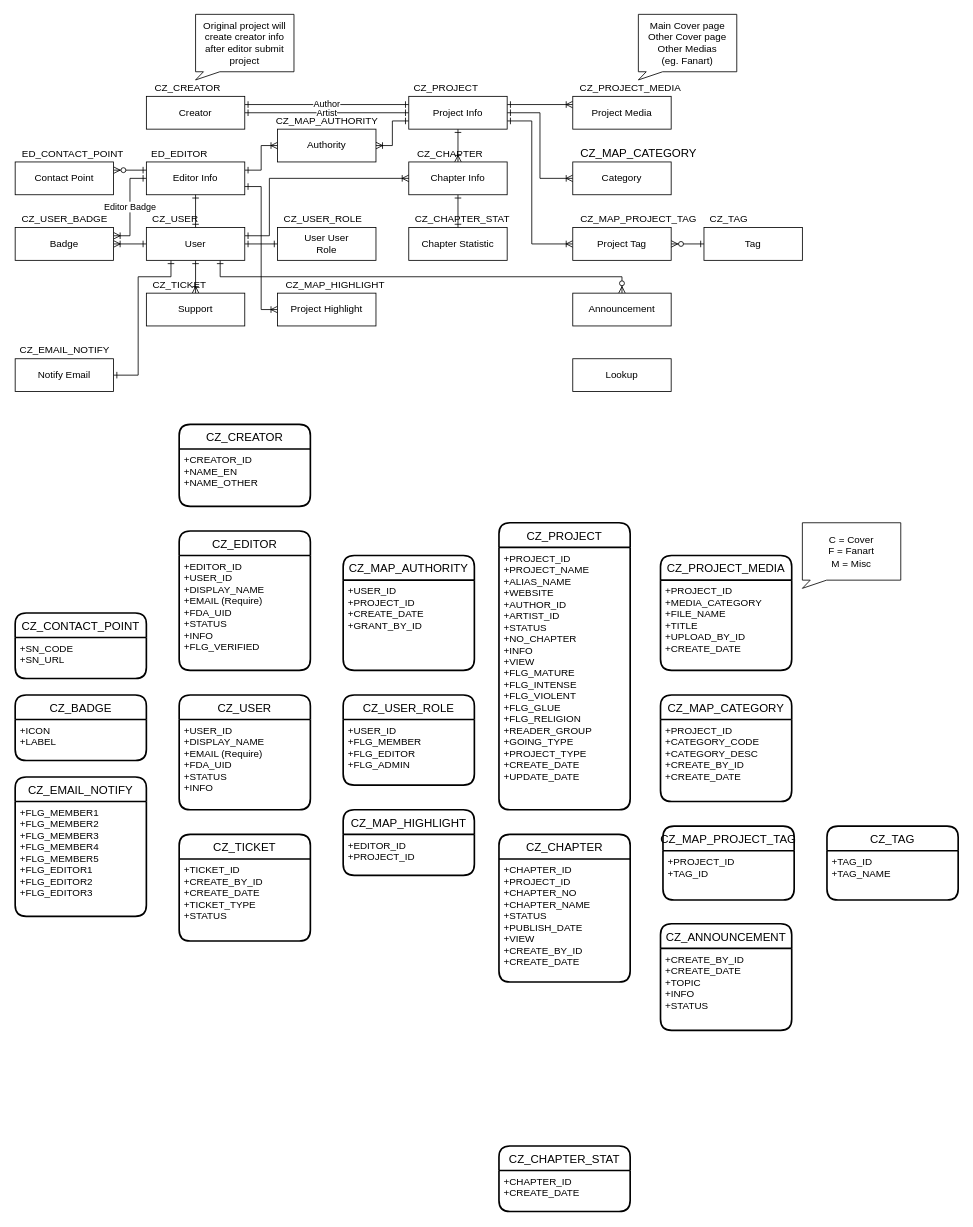
Earlier version of the draw.io diagram page "ER" (4 of 5) of Untitled Diagram.drawio (clazclaz/demo_git). Source tidied: cells renumbered, new cells numbered last; positions are measured from the earlier drawing's top-left corner, leaving out a move shared by most shapes. Both pictures are drawn from the tidied source at 82%, with x=0, y=0 at pixel (15, 14).
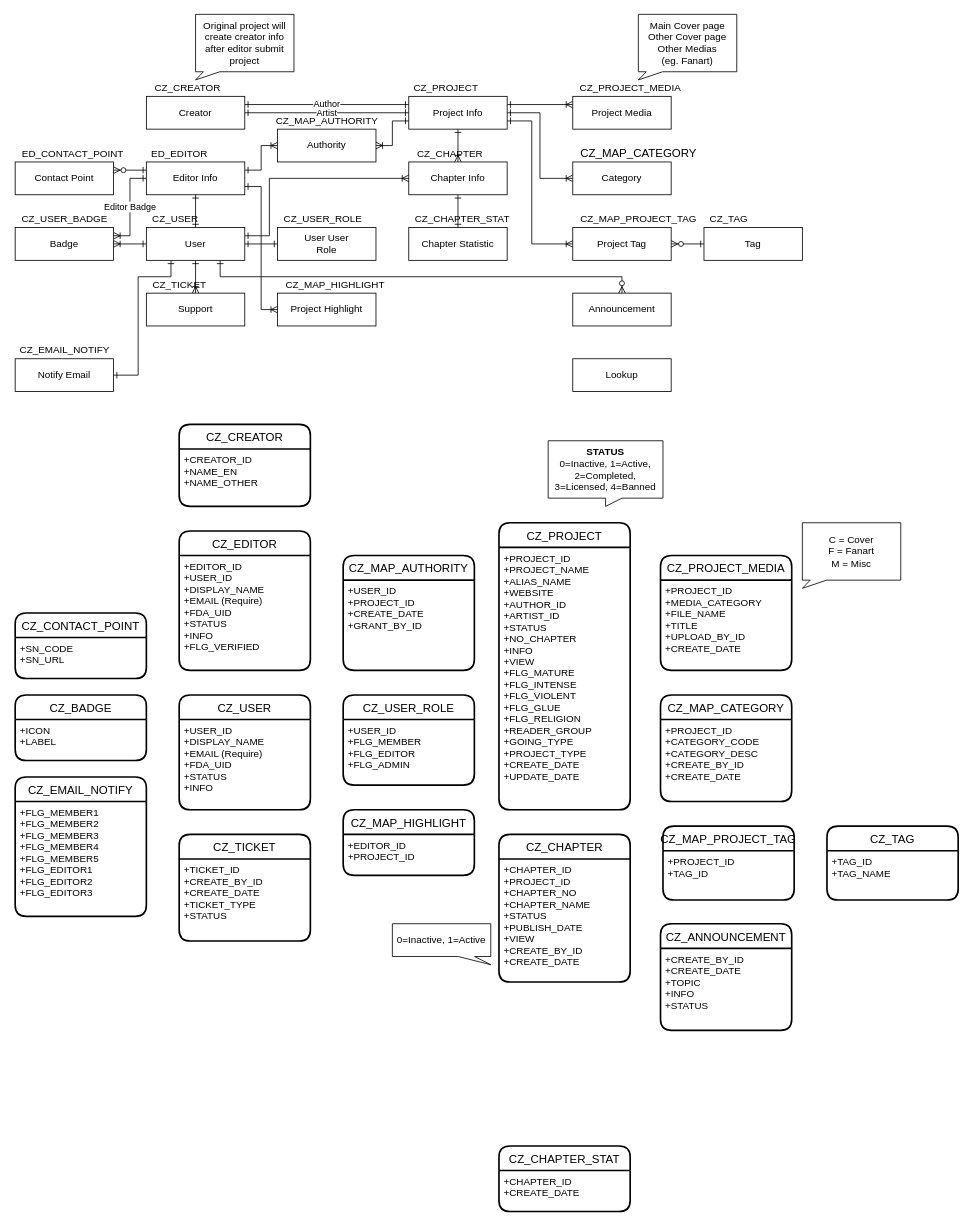
Above is the later version.

Change to the diagram source:
```diff
@@
+    <mxCell id="97" value="&lt;b&gt;STATUS&lt;/b&gt;&lt;br&gt;0=Inactive, 1=Active, 2=Completed, 3=Licensed, 4=Banned" style="shape=callout;whiteSpace=wrap;html=1;perimeter=calloutPerimeter;size=10;position=0.5;" parent="1" vertex="1">
+      <mxGeometry x="650" y="520" width="140" height="80" as="geometry" />
+    </mxCell>
+    <mxCell id="98" value="0=Inactive, 1=Active" style="shape=callout;whiteSpace=wrap;html=1;perimeter=calloutPerimeter;position2=1;size=10;position=0.67;" parent="1" vertex="1">
+      <mxGeometry x="460" y="1109" width="120" height="50" as="geometry" />
+    </mxCell>
```
